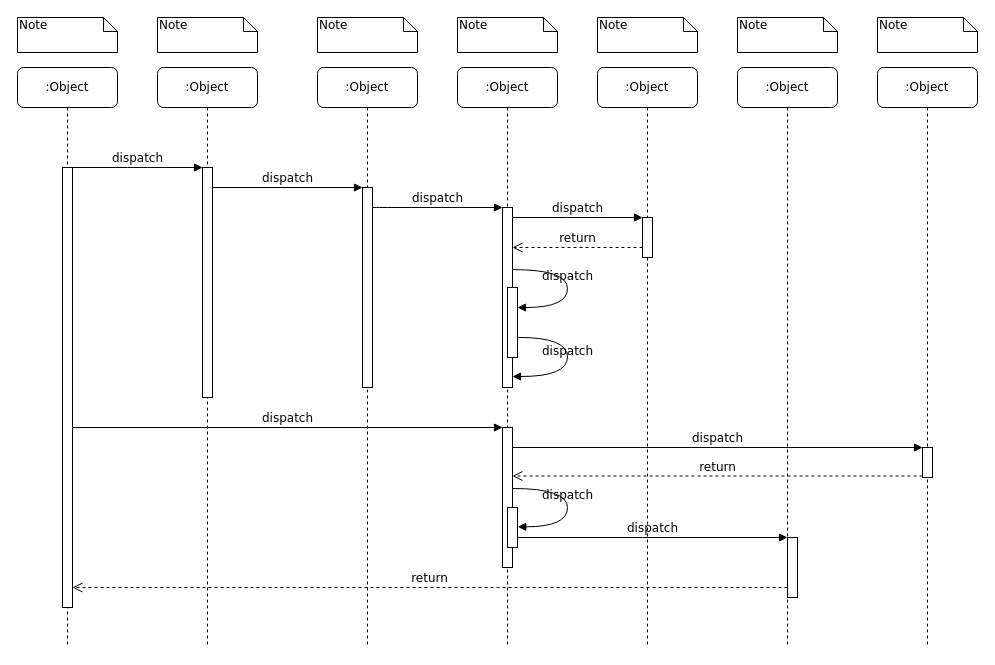
shidh/drawio keeps this draw.io diagram as Untitled Diagram.drawio. Above is the earlier version. Source tidied: cells renumbered, new cells numbered last; positions are measured from the earlier drawing's top-left corner, leaving out a move shared by most shapes. Both pictures are drawn from the tidied source at 100%, with x=0, y=0 at pixel (17, 17).
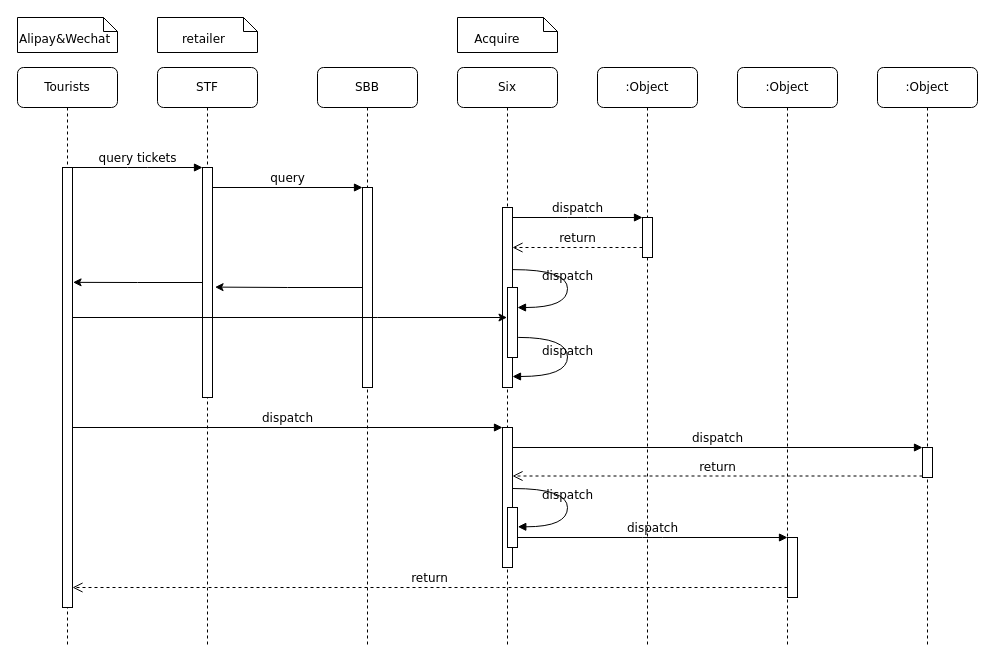
After the change.

Unchanged cells that the change refers to:
```xml
<mxCell id="3" style="html=1;points=[];perimeter=orthogonalPerimeter;rounded=0;shadow=0;comic=0;labelBackgroundColor=none;strokeWidth=1;fontFamily=Verdana;fontSize=12;align=center;" parent="2" vertex="1">
  <mxGeometry x="45" y="100" width="10" height="230" as="geometry" />
</mxCell>
<mxCell id="5" style="html=1;points=[];perimeter=orthogonalPerimeter;rounded=0;shadow=0;comic=0;labelBackgroundColor=none;strokeWidth=1;fontFamily=Verdana;fontSize=12;align=center;" parent="4" vertex="1">
  <mxGeometry x="45" y="120" width="10" height="200" as="geometry" />
</mxCell>
<mxCell id="11" style="html=1;points=[];perimeter=orthogonalPerimeter;rounded=0;shadow=0;comic=0;labelBackgroundColor=none;strokeWidth=1;fontFamily=Verdana;fontSize=12;align=center;" parent="10" vertex="1">
  <mxGeometry x="45" y="100" width="10" height="440" as="geometry" />
</mxCell>
<mxCell id="12" style="html=1;points=[];perimeter=orthogonalPerimeter;rounded=0;shadow=0;comic=0;labelBackgroundColor=none;strokeWidth=1;fontFamily=Verdana;fontSize=12;align=center;" parent="1" vertex="1">
  <mxGeometry x="485" y="190" width="10" height="180" as="geometry" />
</mxCell>
```

The edit, as a diff of the source:
```diff
@@
-    <mxCell id="2" value=":Object" style="shape=umlLifeline;perimeter=lifelinePerimeter;whiteSpace=wrap;html=1;rounded=1;shadow=0;comic=0;labelBackgroundColor=none;strokeWidth=1;fontFamily=Verdana;fontSize=12;align=center;" parent="1" vertex="1">
+    <mxCell id="2" value="STF" style="shape=umlLifeline;perimeter=lifelinePerimeter;whiteSpace=wrap;html=1;rounded=1;shadow=0;comic=0;labelBackgroundColor=none;strokeWidth=1;fontFamily=Verdana;fontSize=12;align=center;" parent="1" vertex="1">
       <mxGeometry x="140" y="50" width="100" height="580" as="geometry" />
     </mxCell>
@@
-    <mxCell id="4" value=":Object" style="shape=umlLifeline;perimeter=lifelinePerimeter;whiteSpace=wrap;html=1;rounded=1;shadow=0;comic=0;labelBackgroundColor=none;strokeWidth=1;fontFamily=Verdana;fontSize=12;align=center;" parent="1" vertex="1">
+    <mxCell id="4" value="SBB" style="shape=umlLifeline;perimeter=lifelinePerimeter;whiteSpace=wrap;html=1;rounded=1;shadow=0;comic=0;labelBackgroundColor=none;strokeWidth=1;fontFamily=Verdana;fontSize=12;align=center;" parent="1" vertex="1">
       <mxGeometry x="300" y="50" width="100" height="580" as="geometry" />
     </mxCell>
@@
-    <mxCell id="6" value=":Object" style="shape=umlLifeline;perimeter=lifelinePerimeter;whiteSpace=wrap;html=1;outlineConnect=0;rounded=1;shadow=0;comic=0;labelBackgroundColor=none;strokeWidth=1;fontFamily=Verdana;fontSize=12;align=center;" parent="1" vertex="1">
+    <mxCell id="6" value="Six" style="shape=umlLifeline;perimeter=lifelinePerimeter;whiteSpace=wrap;html=1;outlineConnect=0;rounded=1;shadow=0;comic=0;labelBackgroundColor=none;strokeWidth=1;fontFamily=Verdana;fontSize=12;align=center;" parent="1" vertex="1">
       <mxGeometry x="440" y="50" width="100" height="580" as="geometry" />
     </mxCell>
@@
-    <mxCell id="10" value=":Object" style="shape=umlLifeline;perimeter=lifelinePerimeter;whiteSpace=wrap;html=1;rounded=1;shadow=0;comic=0;labelBackgroundColor=none;strokeWidth=1;fontFamily=Verdana;fontSize=12;align=center;" parent="1" vertex="1">
+    <mxCell id="10" value="Tourists" style="shape=umlLifeline;perimeter=lifelinePerimeter;whiteSpace=wrap;html=1;rounded=1;shadow=0;comic=0;labelBackgroundColor=none;strokeWidth=1;fontFamily=Verdana;fontSize=12;align=center;" parent="1" vertex="1">
       <mxGeometry y="50" width="100" height="580" as="geometry" />
     </mxCell>
@@
-    <mxCell id="13" value="dispatch" style="html=1;verticalAlign=bottom;endArrow=block;labelBackgroundColor=none;fontFamily=Verdana;fontSize=12;edgeStyle=elbowEdgeStyle;elbow=vertical;" parent="1" edge="1" source="5" target="12">
-      <mxGeometry relative="1" as="geometry">
-        <Array as="points">
-          <mxPoint x="360" y="190" />
-        </Array>
-      </mxGeometry>
-    </mxCell>
@@
-    <mxCell id="25" value="dispatch" style="html=1;verticalAlign=bottom;endArrow=block;entryX=0;entryY=0;labelBackgroundColor=none;fontFamily=Verdana;fontSize=12;edgeStyle=elbowEdgeStyle;elbow=vertical;" parent="1" edge="1" source="11" target="3">
+    <mxCell id="25" value="query tickets" style="html=1;verticalAlign=bottom;endArrow=block;entryX=0;entryY=0;labelBackgroundColor=none;fontFamily=Verdana;fontSize=12;edgeStyle=elbowEdgeStyle;elbow=vertical;" parent="1" edge="1" source="11" target="3">
       <mxGeometry relative="1" as="geometry" />
     </mxCell>
-    <mxCell id="26" value="dispatch" style="html=1;verticalAlign=bottom;endArrow=block;entryX=0;entryY=0;labelBackgroundColor=none;fontFamily=Verdana;fontSize=12;edgeStyle=elbowEdgeStyle;elbow=vertical;" parent="1" edge="1" source="3" target="5">
+    <mxCell id="26" value="query" style="html=1;verticalAlign=bottom;endArrow=block;entryX=0;entryY=0;labelBackgroundColor=none;fontFamily=Verdana;fontSize=12;edgeStyle=elbowEdgeStyle;elbow=vertical;" parent="1" edge="1" source="3" target="5">
       <mxGeometry relative="1" as="geometry" />
     </mxCell>
@@
-    <mxCell id="32" value="Note" style="shape=note;whiteSpace=wrap;html=1;size=14;verticalAlign=top;align=left;spacingTop=-6;rounded=0;shadow=0;comic=0;labelBackgroundColor=none;strokeWidth=1;fontFamily=Verdana;fontSize=12;" parent="1" vertex="1">
-      <mxGeometry width="100" height="35" as="geometry" />
-    </mxCell>
-    <mxCell id="33" value="Note" style="shape=note;whiteSpace=wrap;html=1;size=14;verticalAlign=top;align=left;spacingTop=-6;rounded=0;shadow=0;comic=0;labelBackgroundColor=none;strokeWidth=1;fontFamily=Verdana;fontSize=12;" parent="1" vertex="1">
-      <mxGeometry x="140" width="100" height="35" as="geometry" />
-    </mxCell>
-    <mxCell id="34" value="Note" style="shape=note;whiteSpace=wrap;html=1;size=14;verticalAlign=top;align=left;spacingTop=-6;rounded=0;shadow=0;comic=0;labelBackgroundColor=none;strokeWidth=1;fontFamily=Verdana;fontSize=12;" parent="1" vertex="1">
-      <mxGeometry x="300" width="100" height="35" as="geometry" />
-    </mxCell>
-    <mxCell id="35" value="Note" style="shape=note;whiteSpace=wrap;html=1;size=14;verticalAlign=top;align=left;spacingTop=-6;rounded=0;shadow=0;comic=0;labelBackgroundColor=none;strokeWidth=1;fontFamily=Verdana;fontSize=12;" parent="1" vertex="1">
-      <mxGeometry x="440" width="100" height="35" as="geometry" />
-    </mxCell>
-    <mxCell id="36" value="Note" style="shape=note;whiteSpace=wrap;html=1;size=14;verticalAlign=top;align=left;spacingTop=-6;rounded=0;shadow=0;comic=0;labelBackgroundColor=none;strokeWidth=1;fontFamily=Verdana;fontSize=12;" parent="1" vertex="1">
-      <mxGeometry x="580" width="100" height="35" as="geometry" />
-    </mxCell>
-    <mxCell id="37" value="Note" style="shape=note;whiteSpace=wrap;html=1;size=14;verticalAlign=top;align=left;spacingTop=-6;rounded=0;shadow=0;comic=0;labelBackgroundColor=none;strokeWidth=1;fontFamily=Verdana;fontSize=12;" parent="1" vertex="1">
-      <mxGeometry x="720" width="100" height="35" as="geometry" />
+    <mxCell id="37" value="&amp;nbsp;&lt;br&gt;&amp;nbsp; &amp;nbsp; &amp;nbsp; retailer" style="shape=note;whiteSpace=wrap;html=1;size=14;verticalAlign=top;align=left;spacingTop=-6;rounded=0;shadow=0;comic=0;labelBackgroundColor=none;strokeWidth=1;fontFamily=Verdana;fontSize=12;" parent="1" vertex="1">
+      <mxGeometry x="140" width="100" height="35" as="geometry" />
     </mxCell>
-    <mxCell id="38" value="Note" style="shape=note;whiteSpace=wrap;html=1;size=14;verticalAlign=top;align=left;spacingTop=-6;rounded=0;shadow=0;comic=0;labelBackgroundColor=none;strokeWidth=1;fontFamily=Verdana;fontSize=12;" parent="1" vertex="1">
-      <mxGeometry x="860" width="100" height="35" as="geometry" />
+    <mxCell id="38" value="&lt;br&gt;&amp;nbsp; &amp;nbsp; Acquire" style="shape=note;whiteSpace=wrap;html=1;size=14;verticalAlign=top;align=left;spacingTop=-6;rounded=0;shadow=0;comic=0;labelBackgroundColor=none;strokeWidth=1;fontFamily=Verdana;fontSize=12;" parent="1" vertex="1">
+      <mxGeometry x="440" width="100" height="35" as="geometry" />
     </mxCell>
+    <mxCell id="39" value="&lt;br&gt;Alipay&amp;amp;Wechat" style="shape=note;whiteSpace=wrap;html=1;size=14;verticalAlign=top;align=left;spacingTop=-6;rounded=0;shadow=0;comic=0;labelBackgroundColor=none;strokeWidth=1;fontFamily=Verdana;fontSize=12;" parent="1" vertex="1">
+      <mxGeometry width="100" height="35" as="geometry" />
+    </mxCell>
+    <mxCell id="40" style="edgeStyle=orthogonalEdgeStyle;rounded=0;jettySize=auto;html=1;" parent="1" edge="1" source="11" target="6">
+      <mxGeometry relative="1" as="geometry">
+        <Array as="points">
+          <mxPoint x="360" y="300" />
+          <mxPoint x="360" y="300" />
+        </Array>
+      </mxGeometry>
+    </mxCell>
+    <mxCell id="41" style="edgeStyle=orthogonalEdgeStyle;rounded=0;jettySize=auto;html=1;entryX=1.255;entryY=0.52;entryDx=0;entryDy=0;entryPerimeter=0;" parent="1" edge="1" source="5" target="3">
+      <mxGeometry relative="1" as="geometry" />
+    </mxCell>
+    <mxCell id="42" style="edgeStyle=orthogonalEdgeStyle;rounded=0;jettySize=auto;html=1;entryX=1.055;entryY=0.261;entryDx=0;entryDy=0;entryPerimeter=0;" parent="1" edge="1" source="3" target="11">
+      <mxGeometry relative="1" as="geometry" />
+    </mxCell>
```
